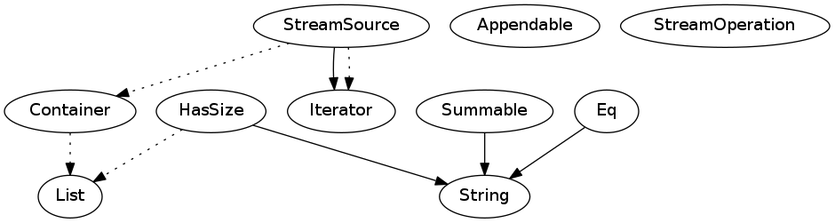
The Graphviz diagram doc/types.png in fergusq/pscript, before a commit. Its source is kept beside it as doc/types.dot.
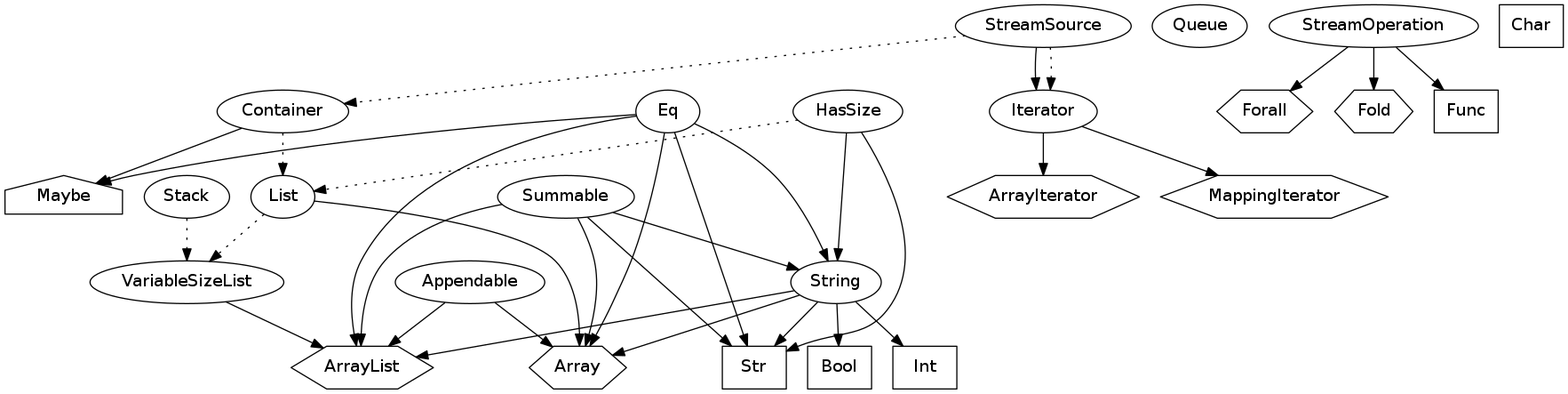
Above is the later version.

Commit message:
improved collections library

Diff of the diagram source:
```diff
@@ -4,6 +4,9 @@
     HasSize [shape="oval"]
     Container [shape="oval", group="collections"]
     List [shape="oval", group="collections"]
+    VariableSizeList [shape="oval", group="collections"]
+    Stack [shape="oval", group="collections"]
+    Queue [shape="oval", group="collections"]
     Appendable [shape="oval", group="collections"]
     Summable [shape="oval", group="collections"]
 
@@ -11,24 +14,63 @@
     StreamOperation [shape="oval", group="pipes"]
     Iterator [shape="oval", group="iterators"]
 
+    /**/ArrayList [shape="hexagon", group="collections"]
+    /**/Array [shape="hexagon", group="collections"]
+    /**/ArrayIterator [shape="hexagon", group="iterators"]
+    /**/MappingIterator [shape="hexagon", group="iterators"]
+    /**/Forall [shape="hexagon", group="pipes"]
+    /**/Fold [shape="hexagon", group="pipes"]
 
+    /**/Maybe [shape="house", group="collections"]
 
+    /**/Str [shape="box", group="primitives"]
+    /**/Int [shape="box", group="primitives"]
+    /**/Bool [shape="box", group="primitives"]
+    /**/Char [shape="box", group="primitives"]
+    /**/Func [shape="box", group="primitives"]
 
+    /**/String -> Int
+    /**/String -> Bool
+    /**/String -> Str
+    /**/String -> Array
+    /**/String -> ArrayList
 
+    /**/HasSize -> Str
     HasSize -> String
 
+    /**/Eq -> Str
     Eq -> String
+    /**/Eq -> Array
+    /**/Eq -> ArrayList
+    /**/Eq -> Maybe
 
     StreamSource -> Container [style=dotted]
+    /**/Container -> Maybe
 
     HasSize -> List [style=dotted]
     Container -> List [style=dotted]
+    /**/List -> Array
+
+    List -> VariableSizeList [style=dotted]
+    Stack -> VariableSizeList [style=dotted]
+    /**/VariableSizeList -> ArrayList
+
 
     StreamSource -> Iterator
 
+    /**/StreamOperation -> Func
+    /**/StreamOperation -> Fold
+    /**/StreamOperation -> Forall
 
+    /**/Summable -> Str
     Summable -> String
+    /**/Summable -> Array
+    /**/Summable -> ArrayList
 
+    /**/Appendable -> Array
+    /**/Appendable -> ArrayList
 
     StreamSource -> Iterator [style=dotted]
+    /**/Iterator -> ArrayIterator
+    /**/Iterator -> MappingIterator
 }
```
